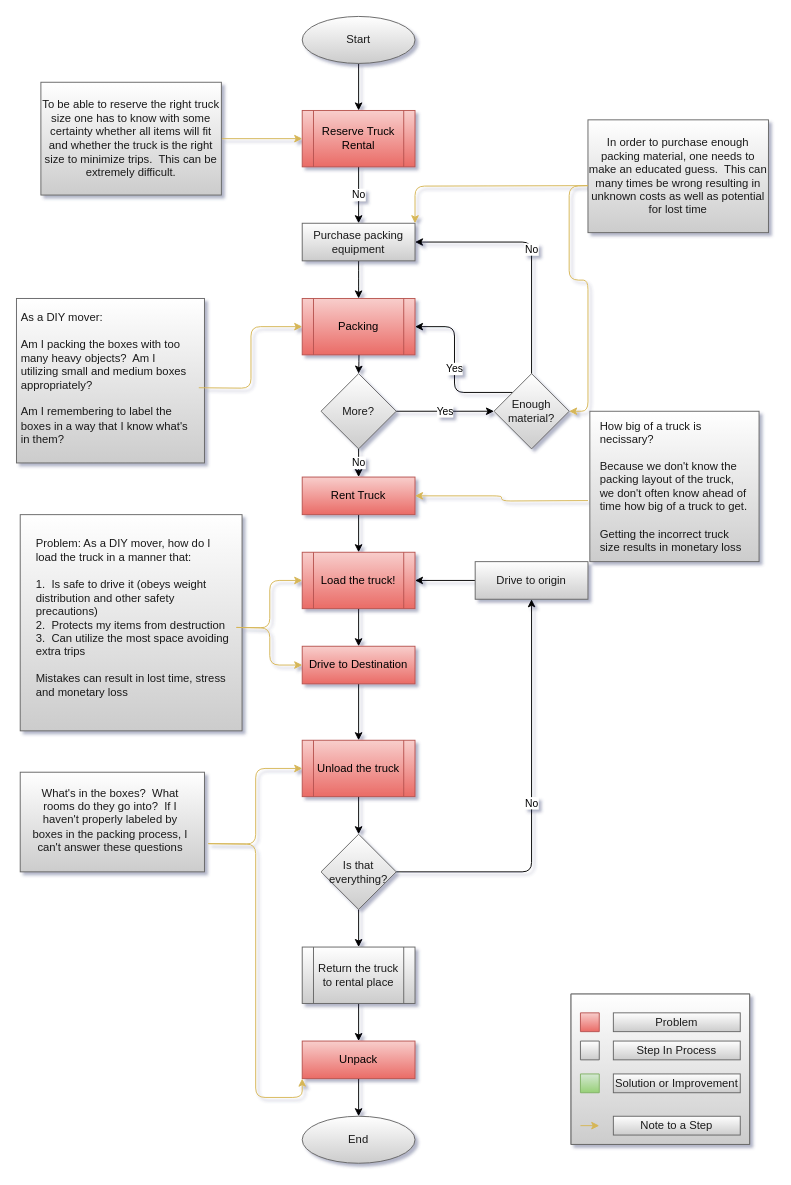
Above: page "Problem Overview" (1 of 4) of Documents/flow_diagrams/Problem_Flow.drawio in LP-76/load.in (draw.io), before the change. Source tidied: cells renumbered, new cells numbered last; positions are measured from the earlier drawing's top-left corner, leaving out a move shared by most shapes. Both pictures are drawn from the tidied source at 94%, with x=0, y=0 at pixel (16, 16).
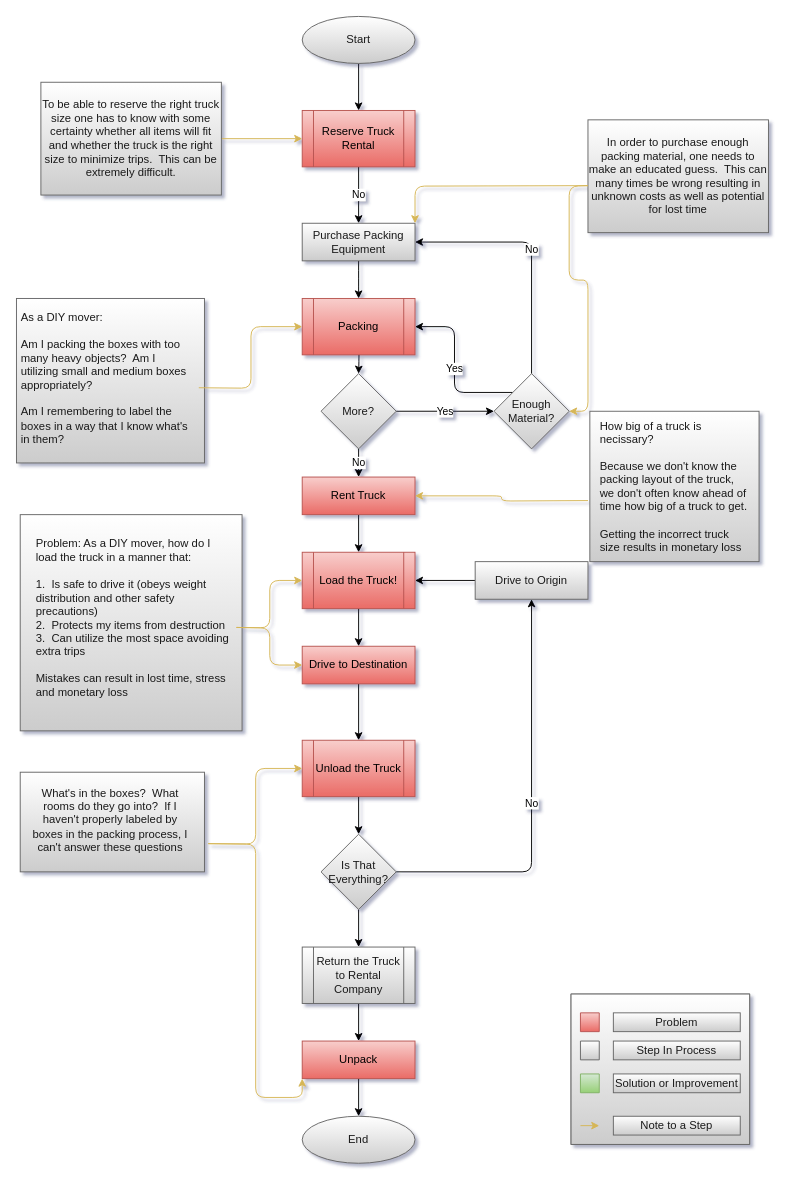
The same diagram, later.

Change to the diagram source:
```diff
@@
-    <mxCell id="11" value="Purchase packing equipment" style="whiteSpace=wrap;html=1;fontSize=12;fillColor=#FFFFFF;gradientColor=#CCCCCC;strokeColor=#666666;fontColor=#1A1A1A;" parent="1" vertex="1">
+    <mxCell id="11" value="Purchase Packing Equipment" style="whiteSpace=wrap;html=1;fontSize=12;fillColor=#FFFFFF;gradientColor=#CCCCCC;strokeColor=#666666;fontColor=#1A1A1A;" parent="1" vertex="1">
       <mxGeometry x="304" y="220" width="120" height="40" as="geometry" />
     </mxCell>
@@
-    <mxCell id="18" value="Enough material?" style="rhombus;whiteSpace=wrap;html=1;fillColor=#FFFFFF;gradientColor=#CCCCCC;strokeColor=#666666;fontColor=#1A1A1A;" parent="1" vertex="1">
+    <mxCell id="18" value="Enough Material?" style="rhombus;whiteSpace=wrap;html=1;fillColor=#FFFFFF;gradientColor=#CCCCCC;strokeColor=#666666;fontColor=#1A1A1A;" parent="1" vertex="1">
       <mxGeometry x="508" y="380" width="80" height="80" as="geometry" />
     </mxCell>
@@
-    <mxCell id="22" value="Load the truck!" style="shape=process;whiteSpace=wrap;html=1;backgroundOutline=1;fillColor=#f8cecc;gradientColor=#ea6b66;strokeColor=#b85450;" parent="1" vertex="1">
+    <mxCell id="22" value="Load the Truck!" style="shape=process;whiteSpace=wrap;html=1;backgroundOutline=1;fillColor=#f8cecc;gradientColor=#ea6b66;strokeColor=#b85450;" parent="1" vertex="1">
       <mxGeometry x="304" y="570" width="120" height="60" as="geometry" />
     </mxCell>
@@
-    <mxCell id="26" value="Unload the truck" style="shape=process;whiteSpace=wrap;html=1;backgroundOutline=1;fillColor=#f8cecc;gradientColor=#ea6b66;strokeColor=#b85450;" parent="1" vertex="1">
+    <mxCell id="26" value="Unload the Truck" style="shape=process;whiteSpace=wrap;html=1;backgroundOutline=1;fillColor=#f8cecc;gradientColor=#ea6b66;strokeColor=#b85450;" parent="1" vertex="1">
       <mxGeometry x="304" y="770" width="120" height="60" as="geometry" />
     </mxCell>
@@
-    <mxCell id="29" value="Is that everything?" style="rhombus;whiteSpace=wrap;html=1;fillColor=#FFFFFF;gradientColor=#CCCCCC;strokeColor=#666666;fontColor=#1A1A1A;" parent="1" vertex="1">
+    <mxCell id="29" value="Is That Everything?" style="rhombus;whiteSpace=wrap;html=1;fillColor=#FFFFFF;gradientColor=#CCCCCC;strokeColor=#666666;fontColor=#1A1A1A;" parent="1" vertex="1">
       <mxGeometry x="324" y="870" width="80" height="80" as="geometry" />
     </mxCell>
@@
-    <mxCell id="31" value="Drive to origin" style="whiteSpace=wrap;html=1;fontSize=12;glass=0;strokeWidth=1;shadow=0;fillColor=#FFFFFF;gradientColor=#CCCCCC;strokeColor=#666666;fontColor=#1A1A1A;" parent="1" vertex="1">
+    <mxCell id="31" value="Drive to Origin" style="whiteSpace=wrap;html=1;fontSize=12;glass=0;strokeWidth=1;shadow=0;fillColor=#FFFFFF;gradientColor=#CCCCCC;strokeColor=#666666;fontColor=#1A1A1A;" parent="1" vertex="1">
       <mxGeometry x="488" y="580" width="120" height="40" as="geometry" />
     </mxCell>
@@
-    <mxCell id="33" value="Return the truck to rental place" style="shape=process;whiteSpace=wrap;html=1;backgroundOutline=1;fillColor=#FFFFFF;gradientColor=#CCCCCC;strokeColor=#666666;fontColor=#1A1A1A;" parent="1" vertex="1">
+    <mxCell id="33" value="Return the Truck to Rental Company" style="shape=process;whiteSpace=wrap;html=1;backgroundOutline=1;fillColor=#FFFFFF;gradientColor=#CCCCCC;strokeColor=#666666;fontColor=#1A1A1A;" parent="1" vertex="1">
       <mxGeometry x="304" y="990" width="120" height="60" as="geometry" />
     </mxCell>
```
